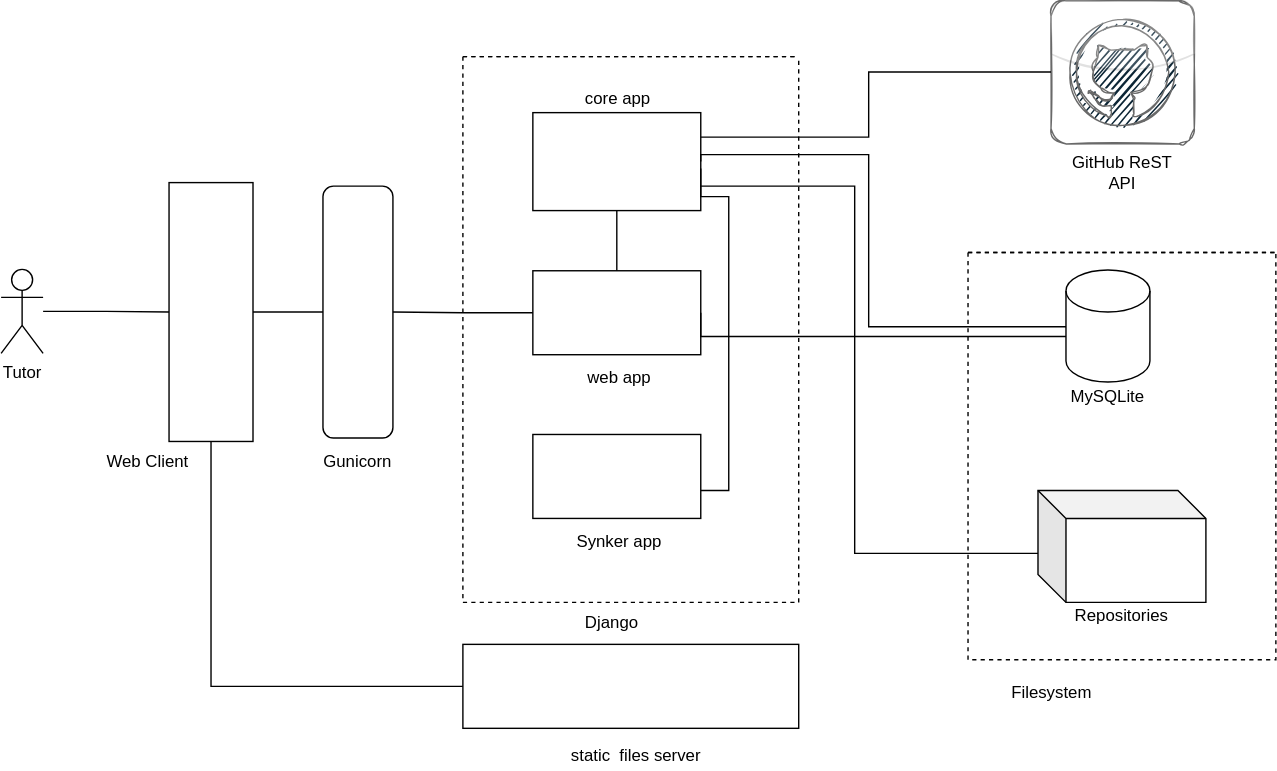
The draw.io diagram docs/sync-sys-interaction-diagram.svg in Olfredos6/synker, before a commit. Source tidied: cells renumbered, new cells last; positions are measured from the earlier drawing's top-left corner, leaving out a move shared by most shapes. Source of this version:
```xml
<mxGraphModel>
  <root>
    <mxCell id="0" />
    <mxCell id="1" parent="0" />
    <mxCell id="2" style="edgeStyle=orthogonalEdgeStyle;rounded=0;jettySize=auto;html=1;endArrow=none;endFill=0;" parent="1" edge="1" source="3" target="6">
      <mxGeometry relative="1" as="geometry" />
    </mxCell>
    <mxCell id="3" value="Tutor" style="shape=umlActor;verticalLabelPosition=bottom;verticalAlign=top;html=1;outlineConnect=0;fillColor=none;" parent="1" vertex="1">
      <mxGeometry y="192" width="30" height="60" as="geometry" />
    </mxCell>
    <mxCell id="4" style="edgeStyle=orthogonalEdgeStyle;rounded=0;jettySize=auto;html=1;endArrow=none;endFill=0;" parent="1" edge="1" source="6" target="8">
      <mxGeometry relative="1" as="geometry" />
    </mxCell>
    <mxCell id="5" style="edgeStyle=orthogonalEdgeStyle;rounded=0;jettySize=auto;html=1;exitX=0;exitY=0.5;exitDx=0;exitDy=0;entryX=0;entryY=0.5;entryDx=0;entryDy=0;endArrow=none;endFill=0;" parent="1" edge="1" source="6" target="25">
      <mxGeometry relative="1" as="geometry" />
    </mxCell>
    <mxCell id="6" style="rounded=0;whiteSpace=wrap;html=1;fillColor=none;rotation=-90;" parent="1" vertex="1">
      <mxGeometry x="57.5" y="192.5" width="185" height="60" as="geometry" />
    </mxCell>
    <mxCell id="7" value="Web Client" style="text;html=1;strokeColor=none;fillColor=none;align=center;verticalAlign=middle;whiteSpace=wrap;rounded=0;" parent="1" vertex="1">
      <mxGeometry x="70" y="320" width="70" height="20" as="geometry" />
    </mxCell>
    <mxCell id="8" style="rounded=1;whiteSpace=wrap;html=1;fillColor=none;" parent="1" vertex="1">
      <mxGeometry x="230" y="132.5" width="50" height="180" as="geometry" />
    </mxCell>
    <mxCell id="9" value="Gunicorn" style="text;html=1;strokeColor=none;fillColor=none;align=center;verticalAlign=middle;whiteSpace=wrap;rounded=0;" parent="1" vertex="1">
      <mxGeometry x="235" y="320" width="40" height="20" as="geometry" />
    </mxCell>
    <mxCell id="10" style="swimlane;startSize=0;fillColor=none;dashed=1;" parent="1" vertex="1">
      <mxGeometry x="330" y="40" width="240" height="390" as="geometry" />
    </mxCell>
    <mxCell id="11" style="rounded=0;whiteSpace=wrap;html=1;fillColor=none;" parent="10" vertex="1">
      <mxGeometry x="50" y="153" width="120" height="60" as="geometry" />
    </mxCell>
    <mxCell id="12" value="web app" style="text;html=1;strokeColor=none;fillColor=none;align=center;verticalAlign=middle;whiteSpace=wrap;rounded=0;" parent="10" vertex="1">
      <mxGeometry x="72" y="220" width="80" height="20" as="geometry" />
    </mxCell>
    <mxCell id="13" style="rounded=0;whiteSpace=wrap;html=1;fillColor=none;" parent="10" vertex="1">
      <mxGeometry x="50" y="270" width="120" height="60" as="geometry" />
    </mxCell>
    <mxCell id="14" value="Synker app" style="text;html=1;strokeColor=none;fillColor=none;align=center;verticalAlign=middle;whiteSpace=wrap;rounded=0;" parent="10" vertex="1">
      <mxGeometry x="72" y="337" width="80" height="20" as="geometry" />
    </mxCell>
    <mxCell id="15" style="edgeStyle=orthogonalEdgeStyle;rounded=0;jettySize=auto;html=1;endArrow=none;endFill=0;" parent="10" edge="1" source="17" target="11">
      <mxGeometry relative="1" as="geometry" />
    </mxCell>
    <mxCell id="16" style="edgeStyle=orthogonalEdgeStyle;rounded=0;orthogonalLoop=1;jettySize=auto;html=1;exitX=1;exitY=0.5;exitDx=0;exitDy=0;entryX=1;entryY=0.5;entryDx=0;entryDy=0;endArrow=none;endFill=0;" parent="10" edge="1">
      <mxGeometry relative="1" as="geometry">
        <mxPoint x="170" y="80" as="sourcePoint" />
        <mxPoint x="170" y="310" as="targetPoint" />
        <Array as="points">
          <mxPoint x="170" y="100" />
          <mxPoint x="190" y="100" />
          <mxPoint x="190" y="310" />
        </Array>
      </mxGeometry>
    </mxCell>
    <mxCell id="17" style="rounded=0;whiteSpace=wrap;html=1;fillColor=none;" parent="10" vertex="1">
      <mxGeometry x="50" y="40" width="120" height="70" as="geometry" />
    </mxCell>
    <mxCell id="18" value="core app" style="text;html=1;strokeColor=none;fillColor=none;align=center;verticalAlign=middle;whiteSpace=wrap;rounded=0;" parent="10" vertex="1">
      <mxGeometry x="71" y="20" width="80" height="20" as="geometry" />
    </mxCell>
    <mxCell id="19" style="swimlane;startSize=0;fillColor=none;dashed=1;" parent="1" vertex="1">
      <mxGeometry x="691" y="180" width="220" height="291" as="geometry" />
    </mxCell>
    <mxCell id="20" style="shape=cylinder3;whiteSpace=wrap;html=1;boundedLbl=1;backgroundOutline=1;size=15;fillColor=none;" parent="19" vertex="1">
      <mxGeometry x="70" y="12.5" width="60" height="80" as="geometry" />
    </mxCell>
    <mxCell id="21" value="MySQLite" style="text;html=1;strokeColor=none;fillColor=none;align=center;verticalAlign=middle;whiteSpace=wrap;rounded=0;" parent="19" vertex="1">
      <mxGeometry x="80" y="92.5" width="40" height="20" as="geometry" />
    </mxCell>
    <mxCell id="22" style="shape=cube;whiteSpace=wrap;html=1;boundedLbl=1;backgroundOutline=1;darkOpacity=0.05;darkOpacity2=0.1;fillColor=none;" parent="19" vertex="1">
      <mxGeometry x="50" y="170" width="120" height="80" as="geometry" />
    </mxCell>
    <mxCell id="23" value="Repositories" style="text;html=1;strokeColor=none;fillColor=none;align=center;verticalAlign=middle;whiteSpace=wrap;rounded=0;" parent="19" vertex="1">
      <mxGeometry x="90" y="250" width="40" height="20" as="geometry" />
    </mxCell>
    <mxCell id="24" value="Filesystem" style="text;html=1;strokeColor=none;fillColor=none;align=center;verticalAlign=middle;whiteSpace=wrap;rounded=0;" parent="1" vertex="1">
      <mxGeometry x="731" y="485" width="40" height="20" as="geometry" />
    </mxCell>
    <mxCell id="25" style="rounded=0;whiteSpace=wrap;html=1;fillColor=none;" parent="1" vertex="1">
      <mxGeometry x="330" y="460" width="240" height="60" as="geometry" />
    </mxCell>
    <mxCell id="26" value="static&amp;nbsp; files server" style="text;html=1;strokeColor=none;fillColor=none;align=center;verticalAlign=middle;whiteSpace=wrap;rounded=0;" parent="1" vertex="1">
      <mxGeometry x="354" y="530" width="200" height="20" as="geometry" />
    </mxCell>
    <mxCell id="27" style="outlineConnect=0;html=1;align=center;labelPosition=center;verticalLabelPosition=bottom;verticalAlign=top;shape=mxgraph.webicons.github;fillColor=none;sketch=1;strokeColor=#696969;" parent="1" vertex="1">
      <mxGeometry x="750.3" width="102.4" height="102.4" as="geometry" />
    </mxCell>
    <mxCell id="28" value="GitHub ReST API" style="text;html=1;strokeColor=none;fillColor=none;align=center;verticalAlign=middle;whiteSpace=wrap;rounded=0;sketch=1;" parent="1" vertex="1">
      <mxGeometry x="760" y="112.5" width="83" height="20" as="geometry" />
    </mxCell>
    <mxCell id="29" style="edgeStyle=orthogonalEdgeStyle;rounded=0;jettySize=auto;html=1;exitX=0;exitY=0.5;exitDx=0;exitDy=0;entryX=1;entryY=0.5;entryDx=0;entryDy=0;endArrow=none;endFill=0;" parent="1" edge="1" source="11" target="8">
      <mxGeometry relative="1" as="geometry" />
    </mxCell>
    <mxCell id="30" style="edgeStyle=orthogonalEdgeStyle;rounded=0;jettySize=auto;html=1;exitX=1;exitY=0.25;exitDx=0;exitDy=0;endArrow=none;endFill=0;" parent="1" edge="1" source="17" target="27">
      <mxGeometry relative="1" as="geometry">
        <Array as="points">
          <mxPoint x="620" y="98" />
          <mxPoint x="620" y="51" />
        </Array>
      </mxGeometry>
    </mxCell>
    <mxCell id="31" style="edgeStyle=orthogonalEdgeStyle;rounded=0;jettySize=auto;html=1;exitX=1;exitY=0.5;exitDx=0;exitDy=0;endArrow=none;endFill=0;" parent="1" edge="1" source="11" target="20">
      <mxGeometry relative="1" as="geometry">
        <Array as="points">
          <mxPoint x="500" y="240" />
        </Array>
      </mxGeometry>
    </mxCell>
    <mxCell id="32" style="edgeStyle=orthogonalEdgeStyle;rounded=0;jettySize=auto;html=1;endArrow=none;endFill=0;" parent="1" edge="1" target="20">
      <mxGeometry relative="1" as="geometry">
        <mxPoint x="500" y="115" as="sourcePoint" />
        <Array as="points">
          <mxPoint x="500" y="110" />
          <mxPoint x="620" y="110" />
          <mxPoint x="620" y="233" />
        </Array>
      </mxGeometry>
    </mxCell>
    <mxCell id="33" value="Django&amp;nbsp;&amp;nbsp;" style="text;html=1;strokeColor=none;fillColor=none;align=center;verticalAlign=middle;whiteSpace=wrap;rounded=0;dashed=1;sketch=1;" parent="1" vertex="1">
      <mxGeometry x="420" y="435" width="40" height="20" as="geometry" />
    </mxCell>
    <mxCell id="34" style="edgeStyle=orthogonalEdgeStyle;rounded=0;jettySize=auto;html=1;exitX=1;exitY=0.75;exitDx=0;exitDy=0;endArrow=none;endFill=0;" parent="1" edge="1" source="17" target="22">
      <mxGeometry relative="1" as="geometry">
        <Array as="points">
          <mxPoint x="610" y="133" />
          <mxPoint x="610" y="395" />
        </Array>
      </mxGeometry>
    </mxCell>
  </root>
</mxGraphModel>
```
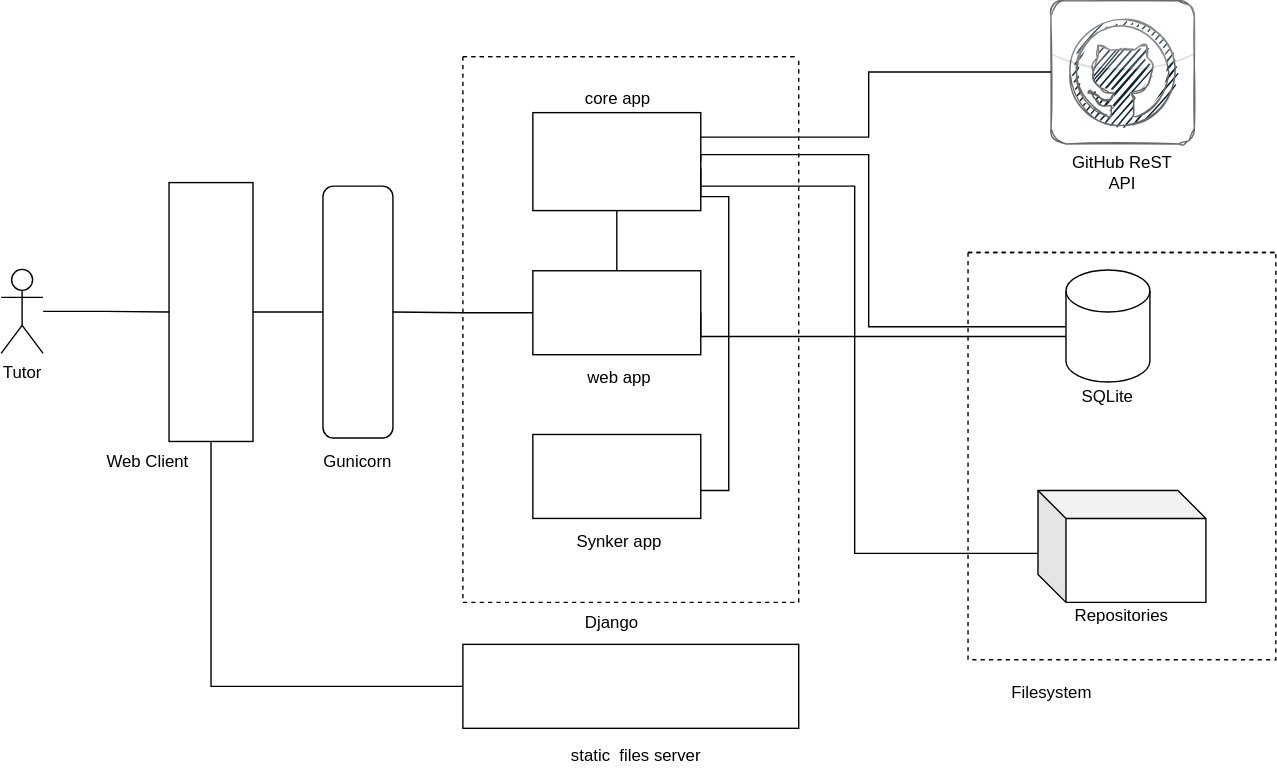
The same diagram one commit later.

The edit, as a diff of the source:
```diff
@@ -67,7 +67,7 @@
     <mxCell id="20" style="shape=cylinder3;whiteSpace=wrap;html=1;boundedLbl=1;backgroundOutline=1;size=15;fillColor=none;" parent="19" vertex="1">
       <mxGeometry x="70" y="12.5" width="60" height="80" as="geometry" />
     </mxCell>
-    <mxCell id="21" value="MySQLite" style="text;html=1;strokeColor=none;fillColor=none;align=center;verticalAlign=middle;whiteSpace=wrap;rounded=0;" parent="19" vertex="1">
+    <mxCell id="21" value="SQLite" style="text;html=1;strokeColor=none;fillColor=none;align=center;verticalAlign=middle;whiteSpace=wrap;rounded=0;" parent="19" vertex="1">
       <mxGeometry x="80" y="92.5" width="40" height="20" as="geometry" />
     </mxCell>
     <mxCell id="22" style="shape=cube;whiteSpace=wrap;html=1;boundedLbl=1;backgroundOutline=1;darkOpacity=0.05;darkOpacity2=0.1;fillColor=none;" parent="19" vertex="1">
```
